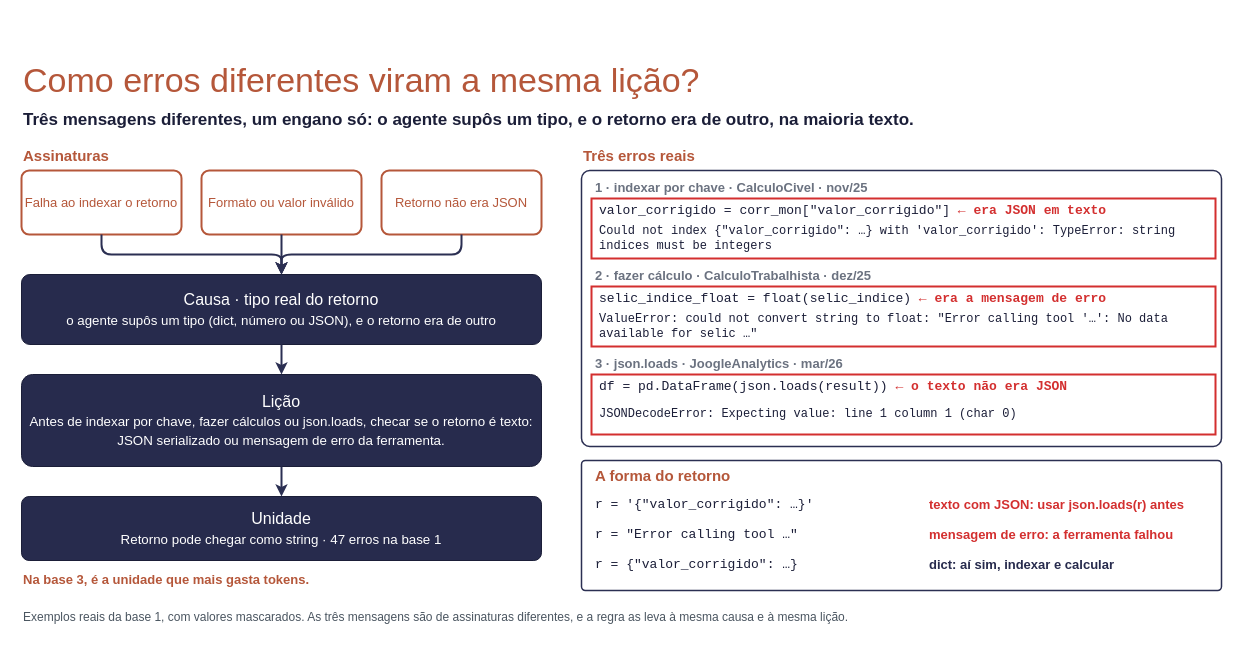
rc-ventura/memory_layer_ai_agents keeps this draw.io diagram as docs/sources/draw.io/como_erros_viram_licao_retorno_string.drawio. Above is the earlier version. Source tidied: cells renumbered, new cells numbered last; positions are measured from the earlier drawing's top-left corner, leaving out a move shared by most shapes. Both pictures are drawn from the tidied source at 100%, with x=0, y=0 at pixel (21, 54).
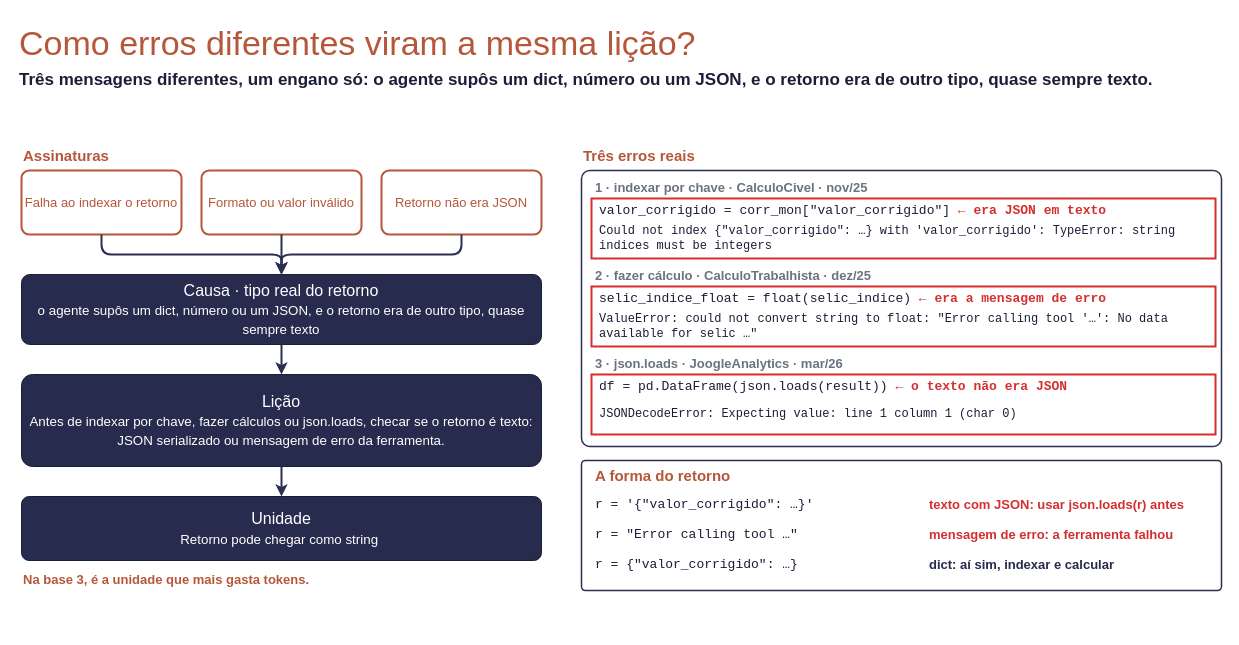
The same diagram, later.

Change to the diagram source:
```diff
@@
     <mxCell id="2" value="Como erros diferentes viram a mesma lição?" style="text;html=1;verticalAlign=middle;whiteSpace=wrap;align=left;fontSize=34;fontColor=#B5573A;" parent="1" vertex="1">
-      <mxGeometry width="1200" height="52" as="geometry" />
+      <mxGeometry x="-4" y="-37" width="1200" height="52" as="geometry" />
     </mxCell>
-    <mxCell id="3" value="&lt;b&gt;Três mensagens diferentes, um engano só: o agente supôs um tipo, e o retorno era de outro, na maioria texto.&lt;/b&gt;" style="text;html=1;verticalAlign=middle;whiteSpace=wrap;align=left;fontSize=17;fontColor=#1B1E38;" parent="1" vertex="1">
-      <mxGeometry y="52" width="1200" height="28" as="geometry" />
+    <mxCell id="3" value="&lt;b&gt;Três mensagens diferentes, um engano só: o agente supôs um dict, número ou um JSON, e o retorno era de outro tipo, quase sempre texto.&lt;/b&gt;" style="text;html=1;verticalAlign=middle;whiteSpace=wrap;align=left;fontSize=17;fontColor=#1B1E38;" parent="1" vertex="1">
+      <mxGeometry x="-4" y="12" width="1200" height="28" as="geometry" />
     </mxCell>
@@
-    <mxCell id="8" value="Causa · tipo real do retorno&lt;br&gt;&lt;small&gt;o agente supôs um tipo (dict, número ou JSON), e o retorno era de outro&lt;/small&gt;" style="rounded=1;arcSize=12;whiteSpace=wrap;html=1;fillColor=#272B4D;strokeColor=#1B1E38;fontColor=#FFFFFF;fontSize=16;" parent="1" vertex="1">
+    <mxCell id="8" value="Causa · tipo real do retorno&lt;br&gt;&lt;small&gt;o agente supôs um dict, número ou um JSON, e o retorno era de outro tipo, quase sempre texto&lt;/small&gt;" style="rounded=1;arcSize=12;whiteSpace=wrap;html=1;fillColor=#272B4D;strokeColor=#1B1E38;fontColor=#FFFFFF;fontSize=16;" parent="1" vertex="1">
       <mxGeometry y="220" width="520" height="70" as="geometry" />
     </mxCell>
@@
-    <mxCell id="10" value="Unidade&lt;br&gt;&lt;small&gt;Retorno pode chegar como string · 47 erros na base 1&lt;/small&gt;" style="rounded=1;arcSize=12;whiteSpace=wrap;html=1;fillColor=#272B4D;strokeColor=#1B1E38;fontColor=#FFFFFF;fontSize=16;" parent="1" vertex="1">
+    <mxCell id="10" value="Unidade&lt;br&gt;&lt;small&gt;Retorno pode chegar como string&amp;nbsp;&lt;/small&gt;" style="rounded=1;arcSize=12;whiteSpace=wrap;html=1;fillColor=#272B4D;strokeColor=#1B1E38;fontColor=#FFFFFF;fontSize=16;" parent="1" vertex="1">
       <mxGeometry y="442" width="520" height="64" as="geometry" />
     </mxCell>
@@
-    <mxCell id="39" value="Exemplos reais da base 1, com valores mascarados. As três mensagens são de assinaturas diferentes, e a regra as leva à mesma causa e à mesma lição." style="text;html=1;verticalAlign=middle;whiteSpace=wrap;align=left;fontSize=12;fontColor=#4A5560;" parent="1" vertex="1">
-      <mxGeometry y="552" width="1200" height="22" as="geometry" />
-    </mxCell>
```
